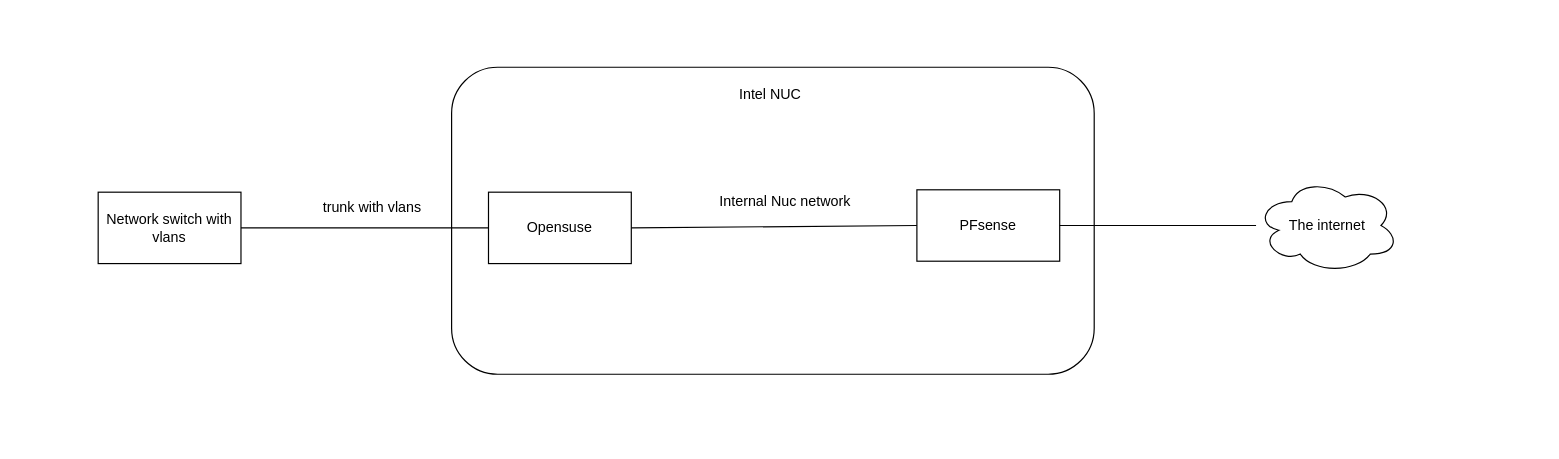
The draw.io diagram 3e batelor/OS advanced/Labo 3/Copy of Labo 3 network.drawio in pietergmail/thomas-more-school, before the edit. Source tidied: cells renumbered, new cells numbered last; positions are measured from the earlier drawing's top-left corner, leaving out a move shared by most shapes. Both pictures are drawn from the tidied source at 119%, with x=0, y=0 at pixel (98, 67).
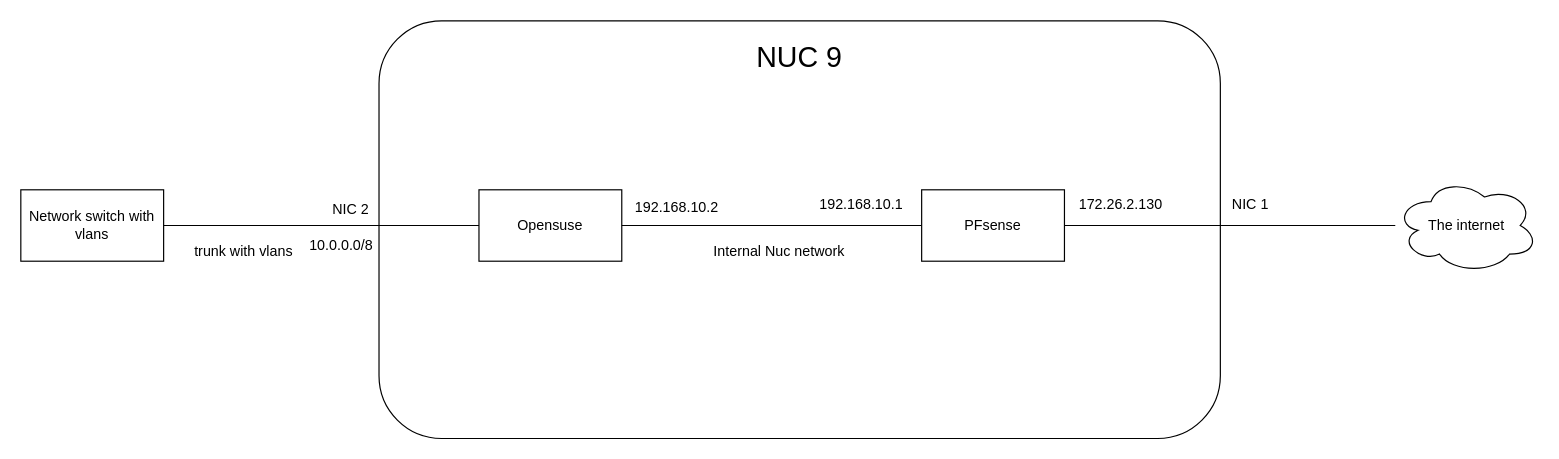
After the change.

Commit message (it also covers changes not shown here):
finished labo 3 of cloud

What changed in the source:
```diff
@@
 <mxGraphModel>
   <root>
     <mxCell id="0" />
     <mxCell id="1" parent="0" />
     <mxCell id="2" style="rounded=1;whiteSpace=wrap;html=1;" parent="1" vertex="1">
-      <mxGeometry x="297" width="540" height="258" as="geometry" />
+      <mxGeometry x="236" y="-39" width="707" height="351" as="geometry" />
     </mxCell>
     <mxCell id="3" value="PFsense" style="rounded=0;whiteSpace=wrap;html=1;" parent="1" vertex="1">
-      <mxGeometry x="688" y="103" width="120" height="60" as="geometry" />
+      <mxGeometry x="692" y="103" width="120" height="60" as="geometry" />
     </mxCell>
     <mxCell id="4" value="Opensuse" style="rounded=0;whiteSpace=wrap;html=1;" parent="1" vertex="1">
-      <mxGeometry x="328" y="105" width="120" height="60" as="geometry" />
+      <mxGeometry x="320" y="103" width="120" height="60" as="geometry" />
     </mxCell>
     <mxCell id="5" value="Network switch with vlans" style="rounded=0;whiteSpace=wrap;html=1;" parent="1" vertex="1">
-      <mxGeometry y="105" width="120" height="60" as="geometry" />
+      <mxGeometry x="-65" y="103" width="120" height="60" as="geometry" />
     </mxCell>
     <mxCell id="6" style="endArrow=none;html=1;rounded=0;exitX=1;exitY=0.5;exitDx=0;exitDy=0;entryX=0;entryY=0.5;entryDx=0;entryDy=0;" parent="1" edge="1" source="5" target="4">
       <mxGeometry relative="1" as="geometry" />
     </mxCell>
     <mxCell id="7" value="trunk with vlans" style="text;html=1;align=center;verticalAlign=middle;strokeColor=none;fillColor=none;" parent="1" vertex="1">
-      <mxGeometry x="179" y="105" width="101" height="26" as="geometry" />
+      <mxGeometry x="71" y="142" width="101" height="26" as="geometry" />
     </mxCell>
     <mxCell id="8" style="endArrow=none;html=1;rounded=0;exitX=1;exitY=0.5;exitDx=0;exitDy=0;entryX=0;entryY=0.5;entryDx=0;entryDy=0;" parent="1" edge="1" source="4" target="3">
       <mxGeometry relative="1" as="geometry" />
     </mxCell>
     <mxCell id="9" value="Internal Nuc network" style="text;html=1;align=center;verticalAlign=middle;strokeColor=none;fillColor=none;" parent="1" vertex="1">
-      <mxGeometry x="513" y="100" width="128" height="26" as="geometry" />
+      <mxGeometry x="508" y="142" width="128" height="26" as="geometry" />
     </mxCell>
-    <mxCell id="10" value="Intel NUC" style="text;html=1;strokeColor=none;fillColor=none;align=center;verticalAlign=middle;whiteSpace=wrap;rounded=0;" parent="1" vertex="1">
-      <mxGeometry x="535" y="8" width="60" height="30" as="geometry" />
+    <mxCell id="10" value="&lt;font style=&quot;font-size: 24px;&quot;&gt;NUC 9&lt;/font&gt;" style="text;html=1;strokeColor=none;fillColor=none;align=center;verticalAlign=middle;whiteSpace=wrap;rounded=0;" parent="1" vertex="1">
+      <mxGeometry x="541" y="-23" width="97" height="30" as="geometry" />
     </mxCell>
     <mxCell id="11" style="endArrow=none;html=1;rounded=0;exitX=1;exitY=0.5;exitDx=0;exitDy=0;" parent="1" edge="1" source="3" target="12">
       <mxGeometry relative="1" as="geometry" />
     </mxCell>
     <mxCell id="12" value="The internet" style="ellipse;shape=cloud;whiteSpace=wrap;html=1;" parent="1" vertex="1">
-      <mxGeometry x="973" y="93" width="120" height="80" as="geometry" />
+      <mxGeometry x="1090" y="93" width="120" height="80" as="geometry" />
     </mxCell>
+    <mxCell id="13" value="10.0.0.0/8" style="text;html=1;align=center;verticalAlign=middle;strokeColor=none;fillColor=none;" parent="1" vertex="1">
+      <mxGeometry x="168" y="137" width="71" height="26" as="geometry" />
+    </mxCell>
+    <mxCell id="14" value="192.168.10.2" style="text;html=1;align=center;verticalAlign=middle;strokeColor=none;fillColor=none;" parent="1" vertex="1">
+      <mxGeometry x="442" y="105" width="88" height="26" as="geometry" />
+    </mxCell>
+    <mxCell id="15" value="192.168.10.1" style="text;html=1;align=center;verticalAlign=middle;strokeColor=none;fillColor=none;" parent="1" vertex="1">
+      <mxGeometry x="597" y="103" width="88" height="26" as="geometry" />
+    </mxCell>
+    <mxCell id="16" value="172.26.2.130" style="text;html=1;align=center;verticalAlign=middle;strokeColor=none;fillColor=none;" parent="1" vertex="1">
+      <mxGeometry x="815" y="103" width="88" height="26" as="geometry" />
+    </mxCell>
+    <mxCell id="17" value="NIC 1" style="text;html=1;align=center;verticalAlign=middle;strokeColor=none;fillColor=none;" parent="1" vertex="1">
+      <mxGeometry x="943" y="103" width="49" height="26" as="geometry" />
+    </mxCell>
+    <mxCell id="18" value="NIC 2" style="text;html=1;align=center;verticalAlign=middle;strokeColor=none;fillColor=none;" parent="1" vertex="1">
+      <mxGeometry x="187" y="107" width="49" height="26" as="geometry" />
+    </mxCell>
   </root>
 </mxGraphModel>
```
